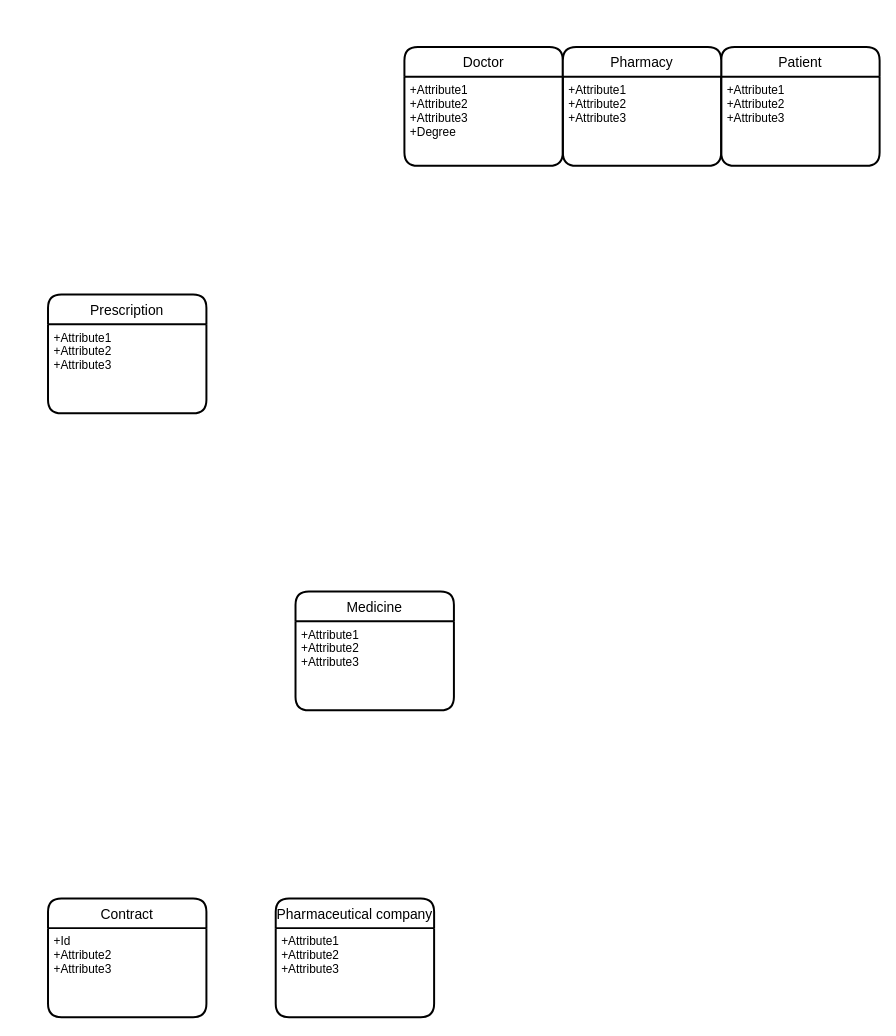
Above: Untitled Diagram.drawio in yasharzb/Health-Management (draw.io), before the change. Source tidied: cells renumbered, new cells numbered last; positions are measured from the earlier drawing's top-left corner, leaving out a move shared by most shapes. Both pictures are drawn from the tidied source at 99%, with x=0, y=0 at pixel (48, 47).
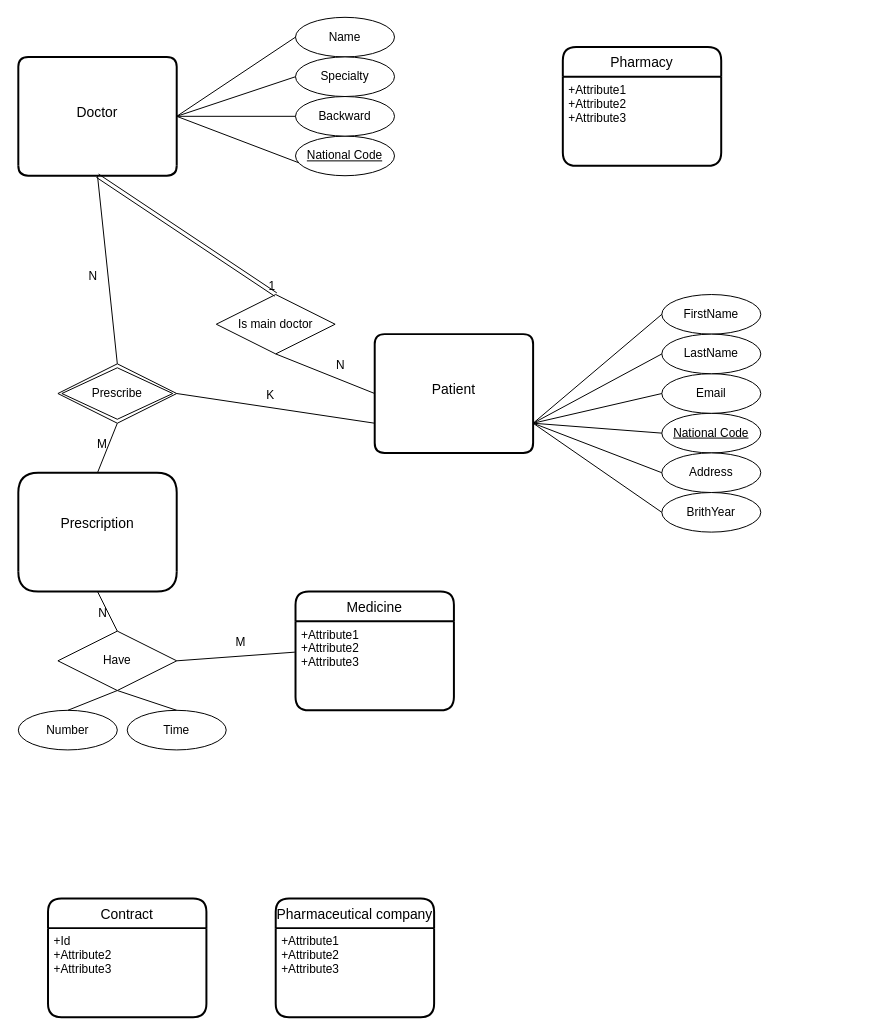
The same page after the edit.

Commit message:
Add Doctor, Prescription and Patient

The change refers to these unchanged cells:
```xml
<mxCell id="5" value="+Attribute1&#10;+Attribute2&#10;+Attribute3" style="align=left;strokeColor=none;fillColor=none;spacingLeft=4;fontSize=12;verticalAlign=top;" parent="4" vertex="1">
  <mxGeometry y="30" width="160" height="90" as="geometry" />
</mxCell>
```

The edit, as a diff of the source:
```diff
@@
-    <mxCell id="2" value="Doctor" style="swimlane;horizontal=1;startSize=30;rounded=1;fontSize=14;fontStyle=0;strokeWidth=2;shadow=0;dashed=0;align=center;" parent="1" vertex="1">
-      <mxGeometry x="360" width="160" height="120" as="geometry" />
+    <mxCell id="2" value="Doctor" style="swimlane;horizontal=1;startSize=110;rounded=1;fontSize=14;fontStyle=0;strokeWidth=2;shadow=0;dashed=0;align=center;swimlaneLine=0;" parent="1" vertex="1">
+      <mxGeometry x="-30" y="10" width="160" height="120" as="geometry" />
     </mxCell>
-    <mxCell id="3" value="+Attribute1&#10;+Attribute2&#10;+Attribute3&#10;+Degree" style="align=left;strokeColor=none;fillColor=none;spacingLeft=4;fontSize=12;verticalAlign=top;" parent="2" vertex="1">
-      <mxGeometry y="30" width="160" height="90" as="geometry" />
-    </mxCell>
@@
-    <mxCell id="6" value="Patient" style="swimlane;horizontal=1;startSize=30;rounded=1;fontSize=14;fontStyle=0;strokeWidth=2;shadow=0;dashed=0;align=center;" parent="1" vertex="1">
-      <mxGeometry x="680" width="160" height="120" as="geometry" />
+    <mxCell id="6" value="Patient" style="swimlane;horizontal=1;startSize=110;rounded=1;fontSize=14;fontStyle=0;strokeWidth=2;shadow=0;dashed=0;align=center;swimlaneLine=0;" parent="1" vertex="1">
+      <mxGeometry x="330" y="290" width="160" height="120" as="geometry" />
     </mxCell>
-    <mxCell id="7" value="+Attribute1&#10;+Attribute2&#10;+Attribute3" style="align=left;strokeColor=none;fillColor=none;spacingLeft=4;fontSize=12;verticalAlign=top;" parent="6" vertex="1">
-      <mxGeometry y="30" width="160" height="90" as="geometry" />
-    </mxCell>
@@
-    <mxCell id="14" value="Prescription" style="swimlane;horizontal=1;startSize=30;rounded=1;fontSize=14;fontStyle=0;strokeWidth=2;shadow=0;dashed=0;align=center;" parent="1" vertex="1">
-      <mxGeometry y="250" width="160" height="120" as="geometry" />
+    <mxCell id="14" value="Prescription" style="swimlane;horizontal=1;startSize=100;rounded=1;fontSize=14;fontStyle=0;strokeWidth=2;shadow=0;dashed=0;align=center;swimlaneLine=0;sketch=0;glass=0;perimeterSpacing=0;swimlaneFillColor=none;" parent="1" vertex="1">
+      <mxGeometry x="-30" y="430" width="160" height="120" as="geometry" />
     </mxCell>
-    <mxCell id="15" value="+Attribute1&#10;+Attribute2&#10;+Attribute3" style="align=left;strokeColor=none;fillColor=none;spacingLeft=4;fontSize=12;verticalAlign=top;" parent="14" vertex="1">
-      <mxGeometry y="30" width="160" height="90" as="geometry" />
-    </mxCell>
+    <mxCell id="16" value="National Code" style="ellipse;whiteSpace=wrap;html=1;align=center;fontStyle=4;" parent="1" vertex="1">
+      <mxGeometry x="620" y="370" width="100" height="40" as="geometry" />
+    </mxCell>
+    <mxCell id="17" value="FirstName" style="ellipse;whiteSpace=wrap;html=1;align=center;" parent="1" vertex="1">
+      <mxGeometry x="620" y="250" width="100" height="40" as="geometry" />
+    </mxCell>
+    <mxCell id="18" value="Address" style="ellipse;whiteSpace=wrap;html=1;align=center;" parent="1" vertex="1">
+      <mxGeometry x="620" y="410" width="100" height="40" as="geometry" />
+    </mxCell>
+    <mxCell id="19" style="edgeStyle=orthogonalEdgeStyle;rounded=0;jettySize=auto;html=1;exitX=0;exitY=0.5;exitDx=0;exitDy=0;entryX=1;entryY=0.5;entryDx=0;entryDy=0;strokeColor=none;" parent="1" edge="1" source="20" target="6">
+      <mxGeometry relative="1" as="geometry" />
+    </mxCell>
+    <mxCell id="20" value="Email" style="ellipse;whiteSpace=wrap;html=1;align=center;" parent="1" vertex="1">
+      <mxGeometry x="620" y="330" width="100" height="40" as="geometry" />
+    </mxCell>
+    <mxCell id="21" value="LastName" style="ellipse;whiteSpace=wrap;html=1;align=center;" parent="1" vertex="1">
+      <mxGeometry x="620" y="290" width="100" height="40" as="geometry" />
+    </mxCell>
+    <mxCell id="22" value="BrithYear" style="ellipse;whiteSpace=wrap;html=1;align=center;" parent="1" vertex="1">
+      <mxGeometry x="620" y="450" width="100" height="40" as="geometry" />
+    </mxCell>
+    <mxCell id="23" style="endArrow=none;html=1;strokeColor=#000000;entryX=0;entryY=0.5;entryDx=0;entryDy=0;exitX=1;exitY=0.75;exitDx=0;exitDy=0;" parent="1" edge="1" source="6" target="17">
+      <mxGeometry relative="1" as="geometry" />
+    </mxCell>
+    <mxCell id="24" style="endArrow=none;html=1;strokeColor=#000000;entryX=1;entryY=0.75;entryDx=0;entryDy=0;exitX=0;exitY=0.5;exitDx=0;exitDy=0;" parent="1" edge="1" source="21" target="6">
+      <mxGeometry relative="1" as="geometry" />
+    </mxCell>
+    <mxCell id="25" style="endArrow=none;html=1;strokeColor=#000000;exitX=1;exitY=0.75;exitDx=0;exitDy=0;entryX=0;entryY=0.5;entryDx=0;entryDy=0;" parent="1" edge="1" source="6" target="20">
+      <mxGeometry relative="1" as="geometry" />
+    </mxCell>
+    <mxCell id="26" style="endArrow=none;html=1;strokeColor=#000000;entryX=0;entryY=0.5;entryDx=0;entryDy=0;exitX=1;exitY=0.75;exitDx=0;exitDy=0;" parent="1" edge="1" source="6" target="16">
+      <mxGeometry relative="1" as="geometry" />
+    </mxCell>
+    <mxCell id="27" style="endArrow=none;html=1;strokeColor=#000000;exitX=1;exitY=0.75;exitDx=0;exitDy=0;entryX=0;entryY=0.5;entryDx=0;entryDy=0;" parent="1" edge="1" source="6" target="22">
+      <mxGeometry relative="1" as="geometry" />
+    </mxCell>
+    <mxCell id="28" style="endArrow=none;html=1;strokeColor=#000000;exitX=1;exitY=0.75;exitDx=0;exitDy=0;entryX=0;entryY=0.5;entryDx=0;entryDy=0;" parent="1" edge="1" source="6" target="18">
+      <mxGeometry relative="1" as="geometry" />
+    </mxCell>
+    <mxCell id="29" value="National Code" style="ellipse;whiteSpace=wrap;html=1;align=center;fontStyle=4;" parent="1" vertex="1">
+      <mxGeometry x="250" y="90" width="100" height="40" as="geometry" />
+    </mxCell>
+    <mxCell id="30" value="Name" style="ellipse;whiteSpace=wrap;html=1;align=center;" parent="1" vertex="1">
+      <mxGeometry x="250" y="-30" width="100" height="40" as="geometry" />
+    </mxCell>
+    <mxCell id="31" style="edgeStyle=orthogonalEdgeStyle;rounded=0;jettySize=auto;html=1;exitX=0;exitY=0.5;exitDx=0;exitDy=0;entryX=1;entryY=0.5;entryDx=0;entryDy=0;strokeColor=none;" parent="1" edge="1" source="32">
+      <mxGeometry relative="1" as="geometry">
+        <mxPoint x="160" y="100" as="targetPoint" />
+      </mxGeometry>
+    </mxCell>
+    <mxCell id="32" value="Backward" style="ellipse;whiteSpace=wrap;html=1;align=center;" parent="1" vertex="1">
+      <mxGeometry x="250" y="50" width="100" height="40" as="geometry" />
+    </mxCell>
+    <mxCell id="33" value="Specialty" style="ellipse;whiteSpace=wrap;html=1;align=center;" parent="1" vertex="1">
+      <mxGeometry x="250" y="10" width="100" height="40" as="geometry" />
+    </mxCell>
+    <mxCell id="34" style="endArrow=none;html=1;strokeColor=#000000;entryX=0;entryY=0.5;entryDx=0;entryDy=0;exitX=1;exitY=0.5;exitDx=0;exitDy=0;" parent="1" edge="1" source="2" target="30">
+      <mxGeometry relative="1" as="geometry" />
+    </mxCell>
+    <mxCell id="35" style="endArrow=none;html=1;strokeColor=#000000;exitX=0;exitY=0.5;exitDx=0;exitDy=0;entryX=1;entryY=0.5;entryDx=0;entryDy=0;" parent="1" edge="1" source="33" target="2">
+      <mxGeometry relative="1" as="geometry" />
+    </mxCell>
+    <mxCell id="36" style="endArrow=none;html=1;strokeColor=#000000;exitX=1;exitY=0.5;exitDx=0;exitDy=0;" parent="1" edge="1" source="2" target="32">
+      <mxGeometry relative="1" as="geometry" />
+    </mxCell>
+    <mxCell id="37" style="endArrow=none;html=1;strokeColor=#000000;exitX=1;exitY=0.5;exitDx=0;exitDy=0;entryX=0.032;entryY=0.672;entryDx=0;entryDy=0;entryPerimeter=0;" parent="1" edge="1" source="2" target="29">
+      <mxGeometry relative="1" as="geometry" />
+    </mxCell>
+    <mxCell id="38" value="Is&amp;nbsp;main doctor" style="shape=rhombus;perimeter=rhombusPerimeter;whiteSpace=wrap;html=1;align=center;" parent="1" vertex="1">
+      <mxGeometry x="170" y="250" width="120" height="60" as="geometry" />
+    </mxCell>
+    <mxCell id="39" style="endArrow=none;html=1;rounded=0;strokeColor=#000000;entryX=0;entryY=0.5;entryDx=0;entryDy=0;exitX=0.5;exitY=1;exitDx=0;exitDy=0;" parent="1" edge="1" source="38" target="6">
+      <mxGeometry relative="1" as="geometry" />
+    </mxCell>
+    <mxCell id="40" value="N" style="html=1;align=right;verticalAlign=bottom;" parent="39" vertex="1">
+      <mxGeometry x="1" relative="1" as="geometry">
+        <mxPoint x="-29.9" y="-20" as="offset" />
+      </mxGeometry>
+    </mxCell>
+    <mxCell id="41" style="endArrow=none;html=1;rounded=0;strokeColor=#000000;exitX=0.5;exitY=1;exitDx=0;exitDy=0;entryX=0.5;entryY=0;entryDx=0;entryDy=0;" parent="1" edge="1" source="2" target="54">
+      <mxGeometry relative="1" as="geometry" />
+    </mxCell>
+    <mxCell id="42" value="N" style="html=1;align=right;verticalAlign=bottom;" parent="41" vertex="1">
+      <mxGeometry x="1" relative="1" as="geometry">
+        <mxPoint x="-20" y="-80.1" as="offset" />
+      </mxGeometry>
+    </mxCell>
+    <mxCell id="43" style="endArrow=none;html=1;rounded=0;strokeColor=#000000;entryX=0;entryY=0.75;entryDx=0;entryDy=0;exitX=1;exitY=0.5;exitDx=0;exitDy=0;" parent="1" edge="1" source="54" target="6">
+      <mxGeometry relative="1" as="geometry" />
+    </mxCell>
+    <mxCell id="44" value="K" style="html=1;align=right;verticalAlign=bottom;" parent="43" vertex="1">
+      <mxGeometry x="1" relative="1" as="geometry">
+        <mxPoint x="-100.3" y="-20" as="offset" />
+      </mxGeometry>
+    </mxCell>
+    <mxCell id="45" style="endArrow=none;html=1;rounded=0;strokeColor=#000000;exitX=0.5;exitY=1;exitDx=0;exitDy=0;entryX=0.5;entryY=0;entryDx=0;entryDy=0;" parent="1" edge="1" source="54" target="14">
+      <mxGeometry relative="1" as="geometry" />
+    </mxCell>
+    <mxCell id="46" value="M" style="html=1;align=right;verticalAlign=bottom;" parent="45" vertex="1">
+      <mxGeometry x="1" relative="1" as="geometry">
+        <mxPoint x="10.2" y="-20.3" as="offset" />
+      </mxGeometry>
+    </mxCell>
+    <mxCell id="47" value="Time" style="ellipse;whiteSpace=wrap;html=1;align=center;" parent="1" vertex="1">
+      <mxGeometry x="80" y="670" width="100" height="40" as="geometry" />
+    </mxCell>
+    <mxCell id="48" style="endArrow=none;html=1;rounded=0;strokeColor=#000000;exitX=0.5;exitY=1;exitDx=0;exitDy=0;entryX=0.5;entryY=0;entryDx=0;entryDy=0;" parent="1" edge="1" source="49" target="47">
+      <mxGeometry relative="1" as="geometry" />
+    </mxCell>
+    <mxCell id="49" value="Have" style="shape=rhombus;perimeter=rhombusPerimeter;whiteSpace=wrap;html=1;align=center;" parent="1" vertex="1">
+      <mxGeometry x="10" y="590" width="120" height="60" as="geometry" />
+    </mxCell>
+    <mxCell id="50" style="endArrow=none;html=1;rounded=0;strokeColor=#000000;exitX=0.5;exitY=1;exitDx=0;exitDy=0;entryX=0.5;entryY=0;entryDx=0;entryDy=0;" parent="1" edge="1" source="14" target="49">
+      <mxGeometry relative="1" as="geometry" />
+    </mxCell>
+    <mxCell id="51" value="N" style="html=1;align=right;verticalAlign=bottom;" parent="50" vertex="1">
+      <mxGeometry x="1" relative="1" as="geometry">
+        <mxPoint x="-10.1" y="-10.1" as="offset" />
+      </mxGeometry>
+    </mxCell>
+    <mxCell id="52" style="endArrow=none;html=1;rounded=0;strokeColor=#000000;exitX=1;exitY=0.5;exitDx=0;exitDy=0;entryX=-0.004;entryY=0.347;entryDx=0;entryDy=0;entryPerimeter=0;" parent="1" edge="1" source="49" target="5">
+      <mxGeometry relative="1" as="geometry" />
+    </mxCell>
+    <mxCell id="53" value="M" style="html=1;align=right;verticalAlign=bottom;" parent="52" vertex="1">
+      <mxGeometry x="1" relative="1" as="geometry">
+        <mxPoint x="-49.7" y="-1.2" as="offset" />
+      </mxGeometry>
+    </mxCell>
+    <mxCell id="54" value="Prescribe" style="shape=rhombus;double=1;perimeter=rhombusPerimeter;whiteSpace=wrap;html=1;align=center;" parent="1" vertex="1">
+      <mxGeometry x="10" y="320" width="120" height="60" as="geometry" />
+    </mxCell>
+    <mxCell id="55" value="Number" style="ellipse;whiteSpace=wrap;html=1;align=center;rounded=1;shadow=0;glass=0;sketch=0;strokeColor=#000000;gradientColor=none;" parent="1" vertex="1">
+      <mxGeometry x="-30" y="670" width="100" height="40" as="geometry" />
+    </mxCell>
+    <mxCell id="56" style="endArrow=none;html=1;rounded=0;strokeColor=#000000;exitX=0.5;exitY=1;exitDx=0;exitDy=0;entryX=0.5;entryY=0;entryDx=0;entryDy=0;" parent="1" edge="1" source="49" target="55">
+      <mxGeometry relative="1" as="geometry" />
+    </mxCell>
+    <mxCell id="57" style="shape=link;html=1;rounded=0;strokeColor=#000000;exitX=0.5;exitY=1;exitDx=0;exitDy=0;entryX=0.5;entryY=0;entryDx=0;entryDy=0;" parent="1" edge="1" source="2" target="38">
+      <mxGeometry relative="1" as="geometry" />
+    </mxCell>
+    <mxCell id="58" value="1" style="html=1;align=right;verticalAlign=bottom;" parent="57" vertex="1">
+      <mxGeometry x="1" relative="1" as="geometry" />
+    </mxCell>
```
